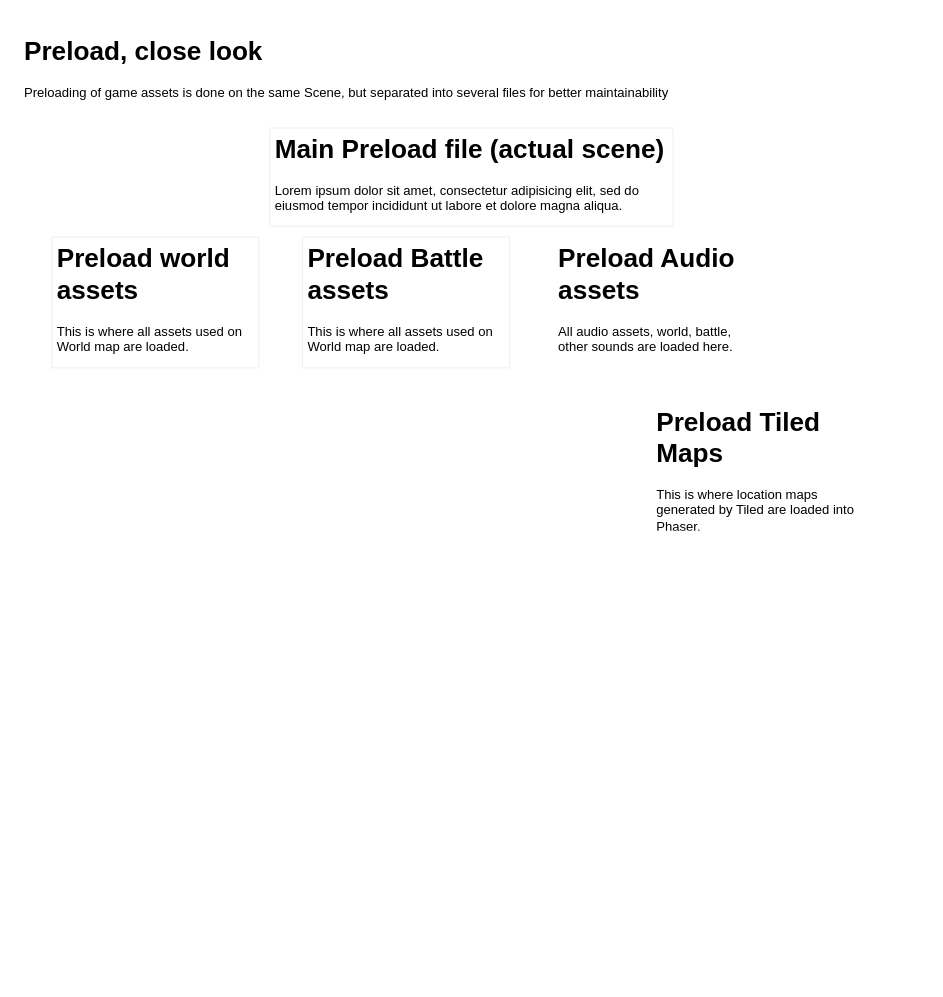
Above: page "Preload, close look" (4 of 4) of Weakling! the game architecture overview.drawio in Nightspeller/Weakling (draw.io), before the change. Source tidied: cells renumbered, new cells numbered last; positions are measured from the earlier drawing's top-left corner, leaving out a move shared by most shapes. Both pictures are drawn from the tidied source at 109%, with x=0, y=0 at pixel (19, 29).
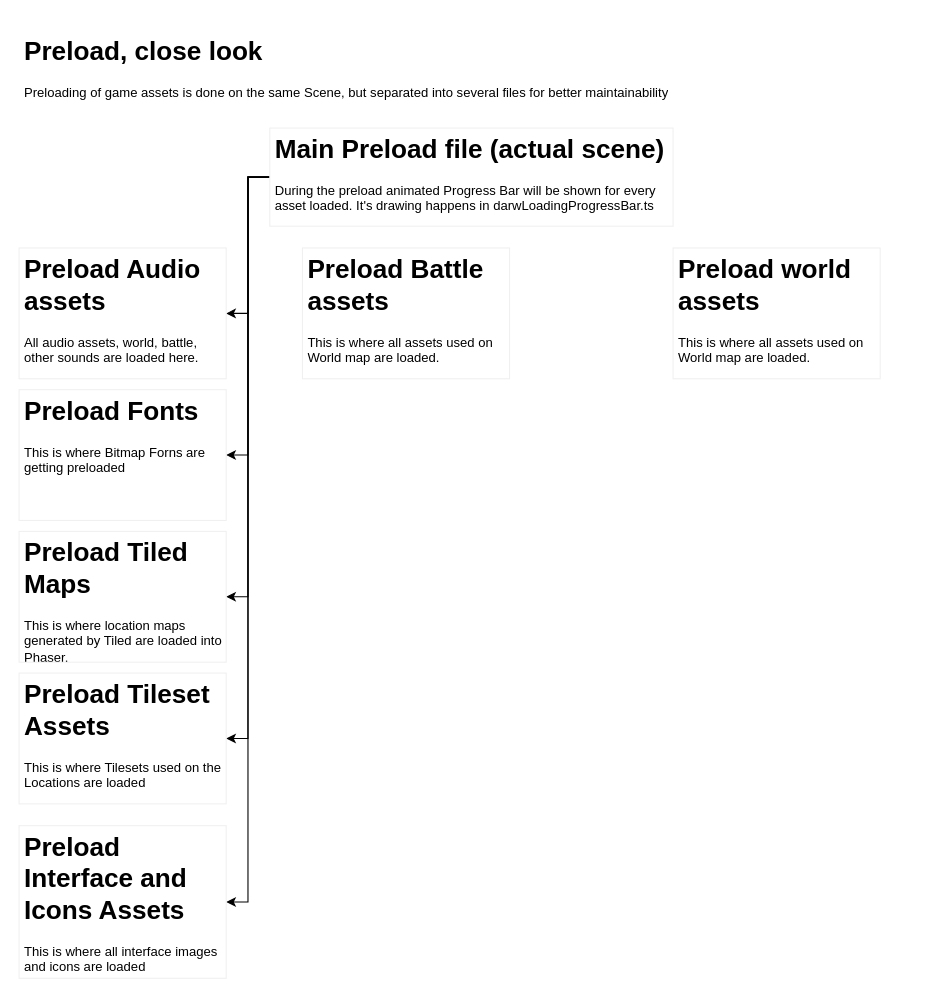
Above is the later version.

The edit, as a diff of the source:
```diff
@@
 <mxGraphModel>
   <root>
     <mxCell id="0" />
     <mxCell id="1" parent="0" />
     <mxCell id="2" value="&lt;h1&gt;&lt;span&gt;Preload, close look&lt;/span&gt;&lt;/h1&gt;&lt;div&gt;&lt;span&gt;Preloading of game assets is done on the same Scene, but separated into several files for better maintainability&lt;/span&gt;&lt;/div&gt;&lt;h1&gt;&lt;br&gt;&lt;/h1&gt;" style="text;html=1;strokeColor=none;fillColor=none;spacing=5;spacingTop=-20;whiteSpace=wrap;overflow=hidden;rounded=0;" parent="1" vertex="1">
       <mxGeometry width="830" height="80" as="geometry" />
     </mxCell>
+    <mxCell id="8" style="edgeStyle=orthogonalEdgeStyle;rounded=0;jettySize=auto;html=1;exitX=0;exitY=0.5;exitDx=0;exitDy=0;entryX=1;entryY=0.5;entryDx=0;entryDy=0;" parent="1" edge="1" source="3" target="14">
+      <mxGeometry relative="1" as="geometry">
+        <Array as="points">
+          <mxPoint x="210" y="135" />
+          <mxPoint x="210" y="650" />
+        </Array>
+      </mxGeometry>
+    </mxCell>
+    <mxCell id="9" style="edgeStyle=orthogonalEdgeStyle;rounded=0;jettySize=auto;html=1;exitX=0;exitY=0.5;exitDx=0;exitDy=0;entryX=1;entryY=0.5;entryDx=0;entryDy=0;" parent="1" edge="1" source="3" target="7">
+      <mxGeometry relative="1" as="geometry" />
+    </mxCell>
+    <mxCell id="10" style="edgeStyle=orthogonalEdgeStyle;rounded=0;jettySize=auto;html=1;exitX=0;exitY=0.5;exitDx=0;exitDy=0;entryX=1;entryY=0.5;entryDx=0;entryDy=0;" parent="1" edge="1" source="3" target="13">
+      <mxGeometry relative="1" as="geometry" />
+    </mxCell>
+    <mxCell id="11" style="edgeStyle=orthogonalEdgeStyle;rounded=0;jettySize=auto;html=1;exitX=0;exitY=0.5;exitDx=0;exitDy=0;entryX=1;entryY=0.5;entryDx=0;entryDy=0;" parent="1" edge="1" source="3" target="6">
+      <mxGeometry relative="1" as="geometry" />
+    </mxCell>
+    <mxCell id="12" style="edgeStyle=orthogonalEdgeStyle;rounded=0;jettySize=auto;html=1;exitX=0;exitY=0.5;exitDx=0;exitDy=0;entryX=1;entryY=0.5;entryDx=0;entryDy=0;" parent="1" edge="1" source="3" target="15">
+      <mxGeometry relative="1" as="geometry">
+        <Array as="points">
+          <mxPoint x="210" y="135" />
+          <mxPoint x="210" y="800" />
+        </Array>
+      </mxGeometry>
+    </mxCell>
-    <mxCell id="3" value="&lt;h1&gt;Main Preload file (actual scene)&lt;/h1&gt;&lt;p&gt;Lorem ipsum dolor sit amet, consectetur adipisicing elit, sed do eiusmod tempor incididunt ut labore et dolore magna aliqua.&lt;/p&gt;" style="text;html=1;fillColor=none;spacing=5;spacingTop=-20;whiteSpace=wrap;overflow=hidden;rounded=0;strokeColor=#f0f0f0;" parent="1" vertex="1">
+    <mxCell id="3" value="&lt;h1&gt;Main Preload file (actual scene)&lt;/h1&gt;&lt;p&gt;During the preload animated Progress Bar will be shown for every asset loaded. It's drawing happens in darwLoadingProgressBar.ts&lt;/p&gt;" style="text;html=1;fillColor=none;spacing=5;spacingTop=-20;whiteSpace=wrap;overflow=hidden;rounded=0;strokeColor=#f0f0f0;" parent="1" vertex="1">
       <mxGeometry x="230" y="90" width="370" height="90" as="geometry" />
     </mxCell>
     <mxCell id="4" value="&lt;h1&gt;Preload world assets&lt;/h1&gt;&lt;p&gt;This is where all assets used on World map are loaded.&lt;/p&gt;" style="text;html=1;fillColor=none;spacing=5;spacingTop=-20;whiteSpace=wrap;overflow=hidden;rounded=0;strokeColor=#f0f0f0;" parent="1" vertex="1">
-      <mxGeometry x="30" y="190" width="190" height="120" as="geometry" />
+      <mxGeometry x="600" y="200" width="190" height="120" as="geometry" />
     </mxCell>
     <mxCell id="5" value="&lt;h1&gt;Preload Battle assets&lt;/h1&gt;&lt;p&gt;This is where all assets used on World map are loaded.&lt;/p&gt;" style="text;html=1;fillColor=none;spacing=5;spacingTop=-20;whiteSpace=wrap;overflow=hidden;rounded=0;strokeColor=#f0f0f0;" parent="1" vertex="1">
-      <mxGeometry x="260" y="190" width="190" height="120" as="geometry" />
+      <mxGeometry x="260" y="200" width="190" height="120" as="geometry" />
     </mxCell>
-    <mxCell id="6" value="&lt;h1&gt;Preload Audio assets&lt;/h1&gt;&lt;p&gt;All audio assets, world, battle, other sounds are loaded here.&lt;/p&gt;" style="text;html=1;strokeColor=none;fillColor=none;spacing=5;spacingTop=-20;whiteSpace=wrap;overflow=hidden;rounded=0;" parent="1" vertex="1">
-      <mxGeometry x="490" y="190" width="190" height="120" as="geometry" />
+    <mxCell id="6" value="&lt;h1&gt;Preload Audio assets&lt;/h1&gt;&lt;p&gt;All audio assets, world, battle, other sounds are loaded here.&lt;/p&gt;" style="text;html=1;fillColor=none;spacing=5;spacingTop=-20;whiteSpace=wrap;overflow=hidden;rounded=0;strokeColor=#f0f0f0;" parent="1" vertex="1">
+      <mxGeometry y="200" width="190" height="120" as="geometry" />
     </mxCell>
-    <mxCell id="7" value="&lt;h1&gt;Preload Tiled Maps&lt;/h1&gt;&lt;p&gt;This is where location maps generated by Tiled are loaded into Phaser.&lt;/p&gt;" style="text;html=1;strokeColor=none;fillColor=none;spacing=5;spacingTop=-20;whiteSpace=wrap;overflow=hidden;rounded=0;" parent="1" vertex="1">
-      <mxGeometry x="580" y="340" width="190" height="120" as="geometry" />
+    <mxCell id="7" value="&lt;h1&gt;Preload Tiled Maps&lt;/h1&gt;&lt;p&gt;This is where location maps generated by Tiled are loaded into Phaser.&lt;/p&gt;" style="text;html=1;fillColor=none;spacing=5;spacingTop=-20;whiteSpace=wrap;overflow=hidden;rounded=0;strokeColor=#f0f0f0;" parent="1" vertex="1">
+      <mxGeometry y="460" width="190" height="120" as="geometry" />
     </mxCell>
+    <mxCell id="13" value="&lt;h1&gt;Preload Fonts&lt;/h1&gt;&lt;p&gt;This is where Bitmap Forns are getting preloaded&lt;/p&gt;" style="text;html=1;fillColor=none;spacing=5;spacingTop=-20;whiteSpace=wrap;overflow=hidden;rounded=0;strokeColor=#f0f0f0;" parent="1" vertex="1">
+      <mxGeometry y="330" width="190" height="120" as="geometry" />
+    </mxCell>
+    <mxCell id="14" value="&lt;h1&gt;Preload Tileset Assets&lt;/h1&gt;&lt;p&gt;This is where Tilesets used on the Locations are loaded&lt;/p&gt;" style="text;html=1;fillColor=none;spacing=5;spacingTop=-20;whiteSpace=wrap;overflow=hidden;rounded=0;strokeColor=#f0f0f0;" parent="1" vertex="1">
+      <mxGeometry y="590" width="190" height="120" as="geometry" />
+    </mxCell>
+    <mxCell id="15" value="&lt;h1&gt;Preload Interface and Icons Assets&lt;/h1&gt;&lt;p&gt;This is where all interface images and icons are loaded&lt;/p&gt;" style="text;html=1;fillColor=none;spacing=5;spacingTop=-20;whiteSpace=wrap;overflow=hidden;rounded=0;strokeColor=#f0f0f0;" parent="1" vertex="1">
+      <mxGeometry y="730" width="190" height="140" as="geometry" />
+    </mxCell>
   </root>
 </mxGraphModel>
```
